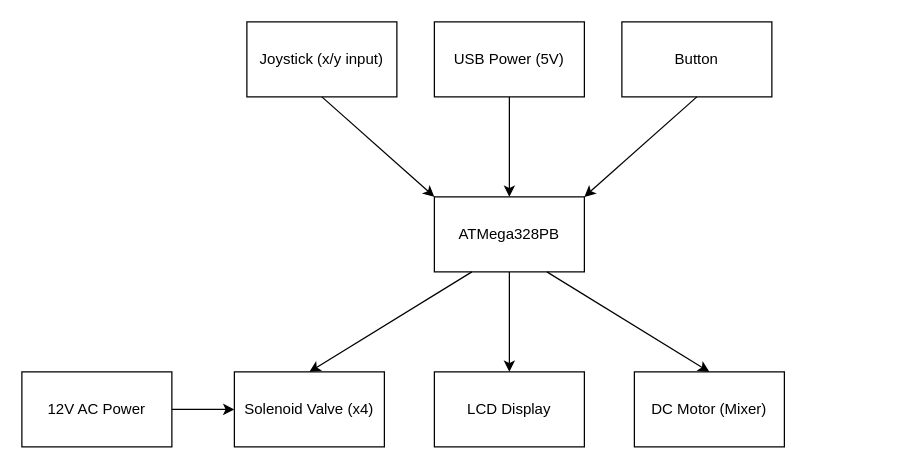
ese3500/final-project-prime-hydration keeps this draw.io diagram as prime-hydration.drawio. Above is the earlier version. Source tidied: cells renumbered, new cells numbered last; positions are measured from the earlier drawing's top-left corner, leaving out a move shared by most shapes. Both pictures are drawn from the tidied source at 125%, with x=0, y=0 at pixel (21, 21).
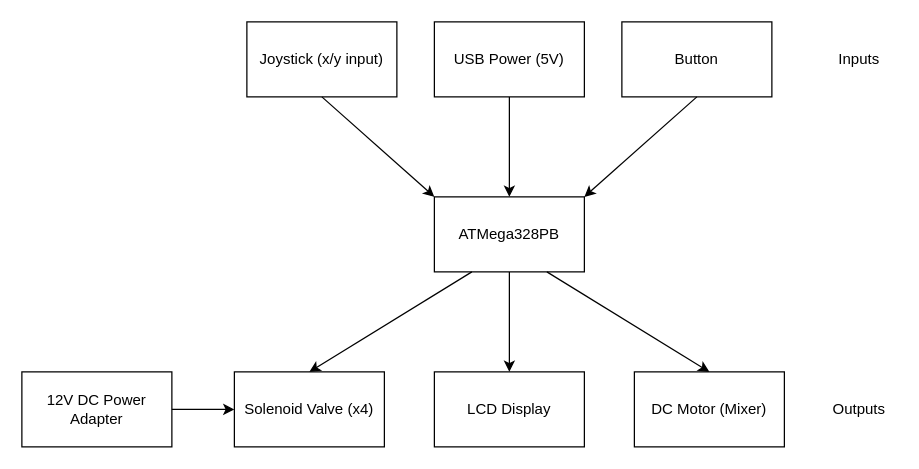
The same page after the edit.

Diff of the diagram source:
```diff
@@
 <mxGraphModel>
   <root>
     <mxCell id="0" />
     <mxCell id="1" parent="0" />
     <mxCell id="2" value="ATMega328PB" style="rounded=0;whiteSpace=wrap;html=1;" parent="1" vertex="1">
       <mxGeometry x="330" y="140" width="120" height="60" as="geometry" />
     </mxCell>
     <mxCell id="3" value="Solenoid Valve (x4)" style="rounded=0;whiteSpace=wrap;html=1;" parent="1" vertex="1">
       <mxGeometry x="170" y="280" width="120" height="60" as="geometry" />
     </mxCell>
     <mxCell id="4" value="LCD Display" style="rounded=0;whiteSpace=wrap;html=1;" parent="1" vertex="1">
       <mxGeometry x="330" y="280" width="120" height="60" as="geometry" />
     </mxCell>
     <mxCell id="5" value="Joystick (x/y input)" style="rounded=0;whiteSpace=wrap;html=1;" parent="1" vertex="1">
       <mxGeometry x="180" width="120" height="60" as="geometry" />
     </mxCell>
     <mxCell id="6" value="Button" style="rounded=0;whiteSpace=wrap;html=1;" parent="1" vertex="1">
       <mxGeometry x="480" width="120" height="60" as="geometry" />
     </mxCell>
     <mxCell id="7" value="DC Motor (Mixer)" style="rounded=0;whiteSpace=wrap;html=1;" parent="1" vertex="1">
       <mxGeometry x="490" y="280" width="120" height="60" as="geometry" />
     </mxCell>
-    <mxCell id="8" value="12V AC Power" style="rounded=0;whiteSpace=wrap;html=1;" parent="1" vertex="1">
+    <mxCell id="8" value="12V DC Power Adapter" style="rounded=0;whiteSpace=wrap;html=1;" parent="1" vertex="1">
       <mxGeometry y="280" width="120" height="60" as="geometry" />
     </mxCell>
     <mxCell id="9" style="endArrow=classic;html=1;rounded=0;exitX=0.5;exitY=1;exitDx=0;exitDy=0;entryX=0;entryY=0;entryDx=0;entryDy=0;" parent="1" edge="1" source="5" target="2">
       <mxGeometry relative="1" as="geometry" />
     </mxCell>
     <mxCell id="10" style="endArrow=classic;html=1;rounded=0;exitX=0.5;exitY=1;exitDx=0;exitDy=0;" parent="1" edge="1" source="6">
       <mxGeometry relative="1" as="geometry">
         <mxPoint x="450" y="140" as="targetPoint" />
       </mxGeometry>
     </mxCell>
     <mxCell id="11" style="endArrow=classic;html=1;rounded=0;entryX=0;entryY=0.5;entryDx=0;entryDy=0;exitX=1;exitY=0.5;exitDx=0;exitDy=0;" parent="1" edge="1" source="8" target="3">
       <mxGeometry relative="1" as="geometry" />
     </mxCell>
     <mxCell id="12" style="endArrow=classic;html=1;rounded=0;exitX=0.25;exitY=1;exitDx=0;exitDy=0;entryX=0.5;entryY=0;entryDx=0;entryDy=0;" parent="1" edge="1" source="2" target="3">
       <mxGeometry relative="1" as="geometry" />
     </mxCell>
     <mxCell id="13" style="endArrow=classic;html=1;rounded=0;exitX=0.5;exitY=1;exitDx=0;exitDy=0;entryX=0.5;entryY=0;entryDx=0;entryDy=0;" parent="1" edge="1" source="2" target="4">
       <mxGeometry relative="1" as="geometry" />
     </mxCell>
     <mxCell id="14" style="endArrow=classic;html=1;rounded=0;entryX=0.5;entryY=0;entryDx=0;entryDy=0;exitX=0.75;exitY=1;exitDx=0;exitDy=0;" parent="1" edge="1" source="2" target="7">
       <mxGeometry relative="1" as="geometry" />
     </mxCell>
     <mxCell id="15" value="USB Power (5V)" style="rounded=0;whiteSpace=wrap;html=1;" parent="1" vertex="1">
       <mxGeometry x="330" width="120" height="60" as="geometry" />
     </mxCell>
     <mxCell id="16" style="endArrow=classic;html=1;rounded=0;exitX=0.5;exitY=1;exitDx=0;exitDy=0;entryX=0.5;entryY=0;entryDx=0;entryDy=0;" parent="1" edge="1" source="15" target="2">
       <mxGeometry relative="1" as="geometry" />
     </mxCell>
+    <mxCell id="17" value="Inputs" style="text;html=1;align=center;verticalAlign=middle;whiteSpace=wrap;rounded=0;" parent="1" vertex="1">
+      <mxGeometry x="640" y="15" width="60" height="30" as="geometry" />
+    </mxCell>
+    <mxCell id="18" value="Outputs" style="text;html=1;align=center;verticalAlign=middle;whiteSpace=wrap;rounded=0;" parent="1" vertex="1">
+      <mxGeometry x="640" y="295" width="60" height="30" as="geometry" />
+    </mxCell>
   </root>
 </mxGraphModel>
```
